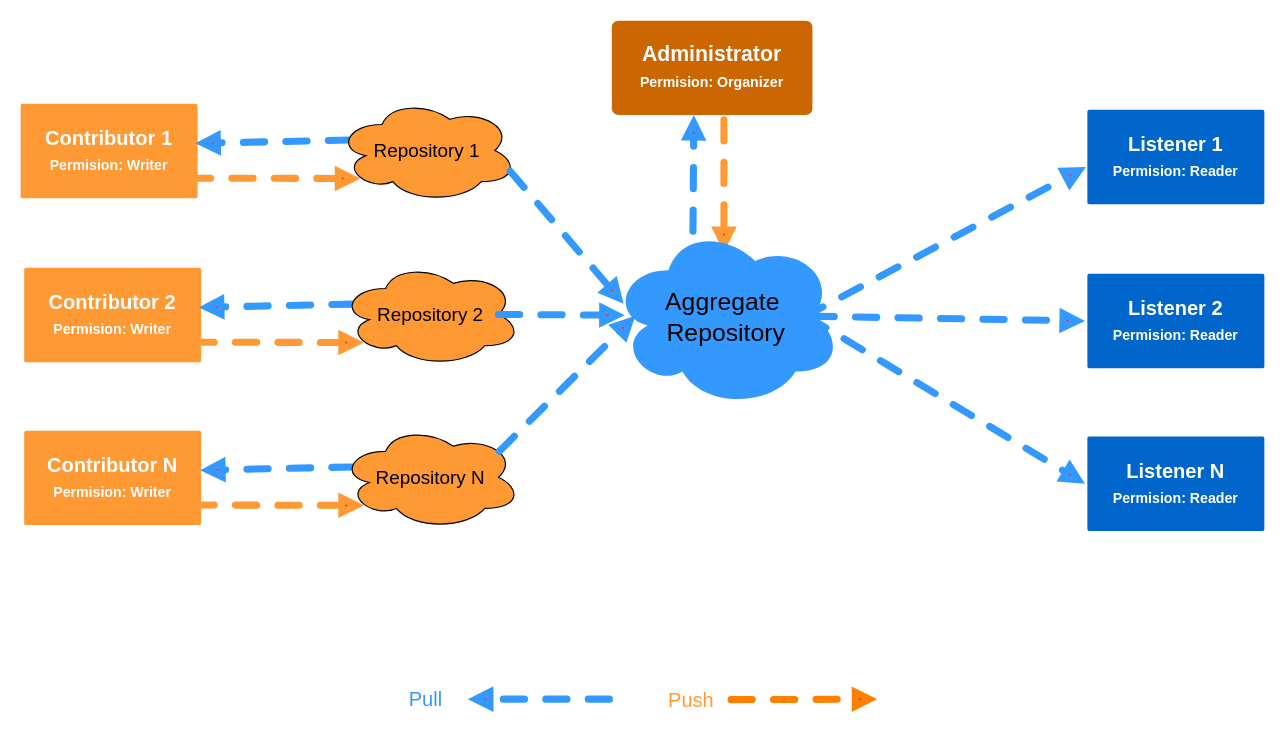
This is Writerside/resources/Cloud_Flow_2.drawio from gridxdev/bluegrid-docs, a draw.io file, before an edit. Source tidied: cells renumbered, new cells numbered last; positions are measured from the earlier drawing's top-left corner, leaving out a move shared by most shapes. Both pictures are drawn from the tidied source at 118%, with x=0, y=0 at pixel (20, 20).
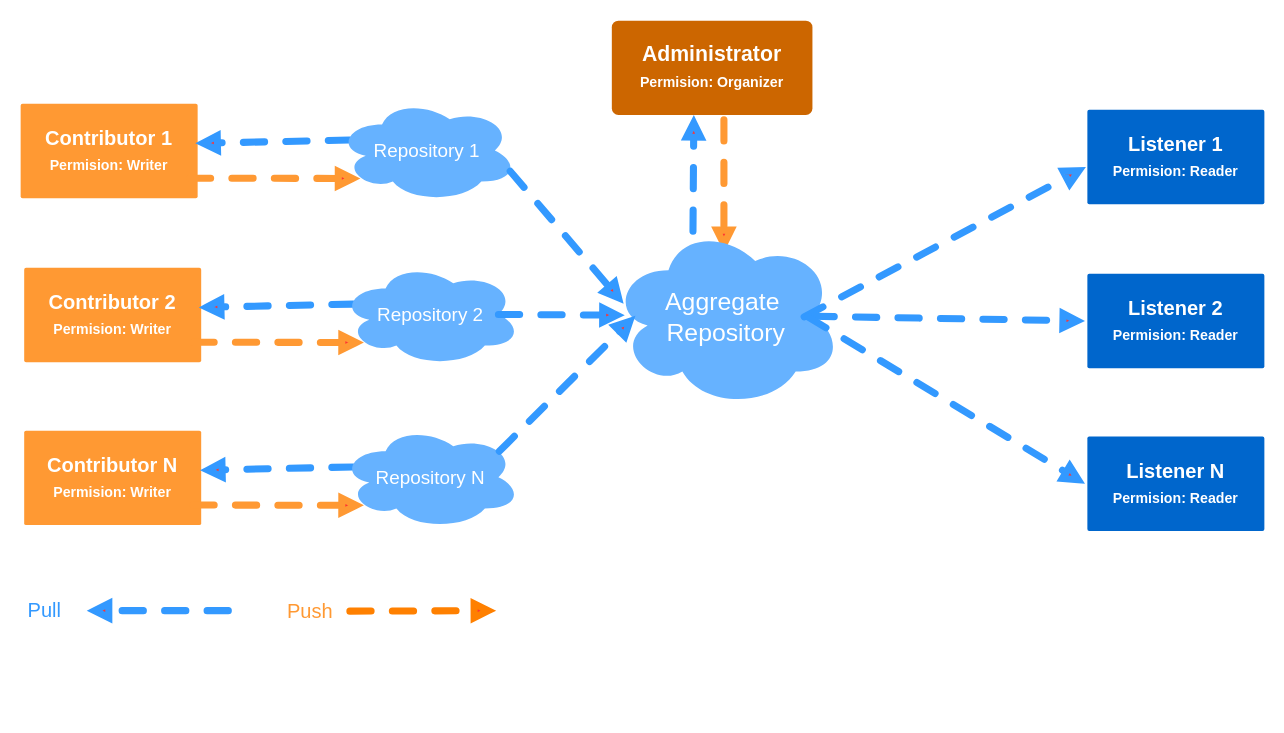
Above is the later version.

Unchanged cells that the change refers to:
```xml
<mxCell id="5" style="endArrow=block;html=1;rounded=0;dashed=1;strokeWidth=6;flowAnimation=1;startFillColor=#3333FF;endFillColor=#FF3333;endFill=1;shadow=0;fixDash=0;fillColor=#d80073;strokeColor=#3399FF;anchorPointDirection=0;linecap=round;entryX=0.385;entryY=0.94;entryDx=0;entryDy=0;entryPerimeter=0;exitX=0.25;exitY=0.25;exitDx=0;exitDy=0;exitPerimeter=0;" parent="1" edge="1">
  <mxGeometry relative="1" as="geometry">
    <mxPoint x="569.5" y="214.5" as="sourcePoint" />
    <mxPoint x="570.5" y="80" as="targetPoint" />
  </mxGeometry>
</mxCell>
```

Diff of the diagram source:
```diff
@@
     <mxCell id="6" value="&lt;font style=&quot;font-size: 17px;&quot;&gt;Push&lt;/font&gt;" style="edgeLabel;html=1;align=center;verticalAlign=middle;labelBackgroundColor=none;fontColor=#FF9933;fontSize=17;" parent="5" vertex="1">
       <mxGeometry x="-0.22" y="3" relative="1" as="geometry">
-        <mxPoint x="1" y="414" as="offset" />
+        <mxPoint x="-322" y="339" as="offset" />
       </mxGeometry>
     </mxCell>
@@
     <mxCell id="9" style="endArrow=block;html=1;rounded=0;dashed=1;strokeWidth=6;flowAnimation=1;startFillColor=#3333FF;endFillColor=#FF3333;endFill=1;shadow=0;fixDash=0;fillColor=#d80073;strokeColor=#3399FF;anchorPointDirection=0;linecap=round;" parent="1" edge="1">
       <mxGeometry relative="1" as="geometry">
-        <mxPoint x="499" y="575" as="sourcePoint" />
-        <mxPoint x="379" y="575" as="targetPoint" />
+        <mxPoint x="176" y="500" as="sourcePoint" />
+        <mxPoint x="56" y="500" as="targetPoint" />
       </mxGeometry>
     </mxCell>
     <mxCell id="10" value="&lt;font style=&quot;font-size: 17px;&quot;&gt;Pull&lt;/font&gt;" style="edgeLabel;html=1;align=center;verticalAlign=middle;fontColor=#3399FF;labelBackgroundColor=none;fontSize=17;" parent="1" vertex="1">
-      <mxGeometry x="342" y="575" as="geometry" />
+      <mxGeometry x="19" y="500" as="geometry" />
     </mxCell>
-    <mxCell id="11" value="Repository 1" style="ellipse;shape=cloud;whiteSpace=wrap;html=1;fillColor=#FF9933;fontSize=16;" parent="1" vertex="1">
+    <mxCell id="11" value="Repository 1" style="ellipse;shape=cloud;whiteSpace=wrap;html=1;fillColor=#66B2FF;fontSize=16;strokeColor=none;fontColor=#FFFFFF;" parent="1" vertex="1">
       <mxGeometry x="268" y="66" width="153" height="88" as="geometry" />
     </mxCell>
     <mxCell id="12" style="endArrow=block;html=1;rounded=0;dashed=1;strokeWidth=6;flowAnimation=1;startFillColor=#3333FF;endFillColor=#FF3333;endFill=1;shadow=0;fixDash=0;fillColor=#d80073;strokeColor=#FF8000;anchorPointDirection=0;linecap=round;" parent="1" edge="1">
       <mxGeometry relative="1" as="geometry">
-        <mxPoint x="602" y="575.4" as="sourcePoint" />
-        <mxPoint x="726" y="575" as="targetPoint" />
+        <mxPoint x="279" y="500.4" as="sourcePoint" />
+        <mxPoint x="403" y="500" as="targetPoint" />
       </mxGeometry>
     </mxCell>
@@
-    <mxCell id="16" value="Repository 2" style="ellipse;shape=cloud;whiteSpace=wrap;html=1;fillColor=#FF9933;fontSize=16;" parent="1" vertex="1">
+    <mxCell id="16" value="Repository 2" style="ellipse;shape=cloud;whiteSpace=wrap;html=1;fillColor=#66B2FF;fontSize=16;strokeColor=none;fontColor=#FFFFFF;" parent="1" vertex="1">
       <mxGeometry x="271" y="205" width="153" height="88" as="geometry" />
     </mxCell>
@@
-    <mxCell id="20" value="Repository N" style="ellipse;shape=cloud;whiteSpace=wrap;html=1;fillColor=#FF9933;fontSize=16;strokeColor=default;" parent="1" vertex="1">
+    <mxCell id="20" value="Repository N" style="ellipse;shape=cloud;whiteSpace=wrap;html=1;fillColor=#66B2FF;fontSize=16;strokeColor=none;fontColor=#FFFFFF;" parent="1" vertex="1">
       <mxGeometry x="271" y="343" width="153" height="88" as="geometry" />
     </mxCell>
-    <mxCell id="21" value="Aggregate&amp;nbsp;&lt;div style=&quot;font-size: 21px;&quot;&gt;Repository&lt;/div&gt;" style="ellipse;shape=cloud;whiteSpace=wrap;html=1;strokeColor=none;fontSize=21;fontStyle=0;fillColor=#3399FF;" parent="1" vertex="1">
+    <mxCell id="21" value="Aggregate&amp;nbsp;&lt;div style=&quot;font-size: 21px;&quot;&gt;Repository&lt;/div&gt;" style="ellipse;shape=cloud;whiteSpace=wrap;html=1;strokeColor=none;fontSize=21;fontStyle=0;fillColor=#66B2FF;fontColor=#FFFFFF;" parent="1" vertex="1">
       <mxGeometry x="500" y="172.5" width="196" height="156" as="geometry" />
     </mxCell>
```
